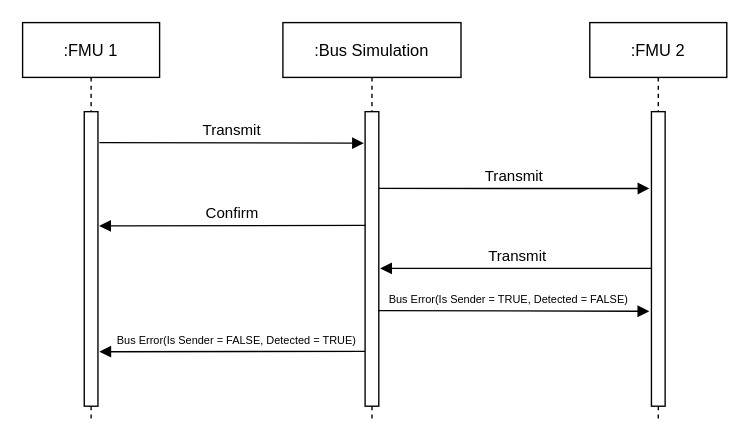
This is docs/images/can_transmission_acknowledge.drawio from modelica/fmi-ls-bus, a draw.io file, before an edit. Source tidied: cells renumbered, new cells numbered last; positions are measured from the earlier drawing's top-left corner, leaving out a move shared by most shapes. Both pictures are drawn from the tidied source at 137%, with x=0, y=0 at pixel (22, 22).
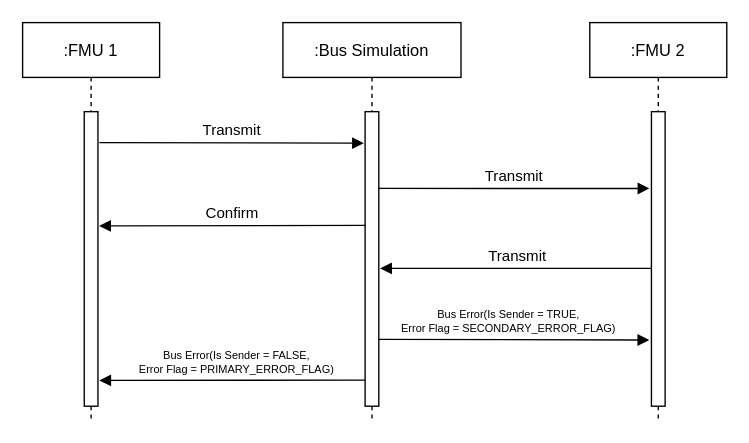
The same page after the edit.

What changed in the source:
```diff
@@
 <mxGraphModel>
   <root>
     <mxCell id="0" />
     <mxCell id="1" parent="0" />
     <mxCell id="2" value=":FMU 1" style="shape=umlLifeline;perimeter=lifelinePerimeter;rounded=0;shadow=0;strokeWidth=1;" parent="1" vertex="1">
       <mxGeometry width="100" height="290" as="geometry" />
     </mxCell>
     <mxCell id="3" style="points=[];perimeter=orthogonalPerimeter;rounded=0;shadow=0;strokeWidth=1;" parent="2" vertex="1">
       <mxGeometry x="45" y="65" width="10" height="215" as="geometry" />
     </mxCell>
     <mxCell id="4" value=":Bus Simulation" style="shape=umlLifeline;perimeter=lifelinePerimeter;rounded=0;shadow=0;strokeWidth=1;" parent="1" vertex="1">
       <mxGeometry x="190" width="130" height="290" as="geometry" />
     </mxCell>
     <mxCell id="5" style="points=[];perimeter=orthogonalPerimeter;rounded=0;shadow=0;strokeWidth=1;" parent="4" vertex="1">
       <mxGeometry x="60" y="65" width="10" height="215" as="geometry" />
     </mxCell>
     <mxCell id="6" value="Transmit" style="verticalAlign=bottom;endArrow=block;shadow=0;strokeWidth=1;entryX=-0.254;entryY=0.261;entryDx=0;entryDy=0;entryPerimeter=0;" parent="4" edge="1">
       <mxGeometry relative="1" as="geometry">
         <mxPoint x="70" y="121" as="sourcePoint" />
         <mxPoint x="267.5" y="121.1" as="targetPoint" />
       </mxGeometry>
     </mxCell>
     <mxCell id="7" value="Transmit" style="verticalAlign=bottom;endArrow=block;shadow=0;strokeWidth=1;" parent="4" edge="1">
       <mxGeometry relative="1" as="geometry">
         <mxPoint x="271.5" y="179.4" as="sourcePoint" />
         <mxPoint x="71" y="179.4" as="targetPoint" />
       </mxGeometry>
     </mxCell>
-    <mxCell id="8" value="Bus Error(Is Sender = TRUE, Detected = FALSE)" style="verticalAlign=bottom;endArrow=block;entryX=-0.261;entryY=0.724;shadow=0;strokeWidth=1;fontSize=8;spacingLeft=-7;entryDx=0;entryDy=0;entryPerimeter=0;exitX=0.955;exitY=0.722;exitDx=0;exitDy=0;exitPerimeter=0;" parent="4" edge="1">
+    <mxCell id="8" value="Bus Error(Is Sender = TRUE,&#10;Error Flag = SECONDARY_ERROR_FLAG)" style="verticalAlign=bottom;endArrow=block;entryX=-0.261;entryY=0.724;shadow=0;strokeWidth=1;fontSize=8;spacingLeft=-7;entryDx=0;entryDy=0;entryPerimeter=0;exitX=0.955;exitY=0.722;exitDx=0;exitDy=0;exitPerimeter=0;" parent="4" edge="1">
       <mxGeometry relative="1" as="geometry">
-        <mxPoint x="69.5" y="210.2" as="sourcePoint" />
-        <mxPoint x="267.4" y="210.7" as="targetPoint" />
+        <mxPoint x="69.5" y="231.2" as="sourcePoint" />
+        <mxPoint x="267.4" y="231.7" as="targetPoint" />
       </mxGeometry>
     </mxCell>
-    <mxCell id="9" value="Bus Error(Is Sender = FALSE, Detected = TRUE)" style="verticalAlign=bottom;endArrow=none;entryX=0;entryY=0;shadow=0;strokeWidth=1;fontSize=8;startArrow=block;startFill=1;endFill=0;spacingBottom=0;spacingLeft=7;exitX=1.104;exitY=0.815;exitDx=0;exitDy=0;exitPerimeter=0;" parent="4" edge="1" source="3">
+    <mxCell id="9" value="Bus Error(Is Sender = FALSE,&#10;Error Flag = PRIMARY_ERROR_FLAG)" style="verticalAlign=bottom;endArrow=none;entryX=0;entryY=0;shadow=0;strokeWidth=1;fontSize=8;startArrow=block;startFill=1;endFill=0;spacingBottom=0;spacingLeft=7;exitX=1.104;exitY=0.815;exitDx=0;exitDy=0;exitPerimeter=0;" parent="4" edge="1">
       <mxGeometry relative="1" as="geometry">
-        <mxPoint x="60" y="240" as="targetPoint" />
+        <mxPoint x="-134" y="261.2" as="sourcePoint" />
+        <mxPoint x="60" y="261" as="targetPoint" />
       </mxGeometry>
     </mxCell>
     <mxCell id="10" value=":FMU 2" style="shape=umlLifeline;perimeter=lifelinePerimeter;rounded=0;shadow=0;strokeWidth=1;" parent="1" vertex="1">
       <mxGeometry x="414" width="100" height="290" as="geometry" />
     </mxCell>
     <mxCell id="11" style="perimeter=orthogonalPerimeter;rounded=0;shadow=0;strokeWidth=1;" parent="10" vertex="1">
       <mxGeometry x="45" y="65" width="10" height="215" as="geometry" />
     </mxCell>
     <mxCell id="12" value="Transmit" style="verticalAlign=bottom;endArrow=block;entryX=-0.089;entryY=0.107;shadow=0;strokeWidth=1;entryDx=0;entryDy=0;entryPerimeter=0;exitX=1.104;exitY=0.105;exitDx=0;exitDy=0;exitPerimeter=0;" parent="1" edge="1" source="3" target="5">
       <mxGeometry relative="1" as="geometry" />
     </mxCell>
     <mxCell id="13" value="Confirm" style="verticalAlign=bottom;endArrow=block;shadow=0;strokeWidth=1;exitX=0.026;exitY=0.372;exitDx=0;exitDy=0;exitPerimeter=0;entryX=1.188;entryY=0.374;entryDx=0;entryDy=0;entryPerimeter=0;" parent="1" edge="1">
       <mxGeometry relative="1" as="geometry">
         <mxPoint x="250.3" y="148" as="sourcePoint" />
         <mxPoint x="55.9" y="148.4" as="targetPoint" />
       </mxGeometry>
     </mxCell>
   </root>
 </mxGraphModel>
```
